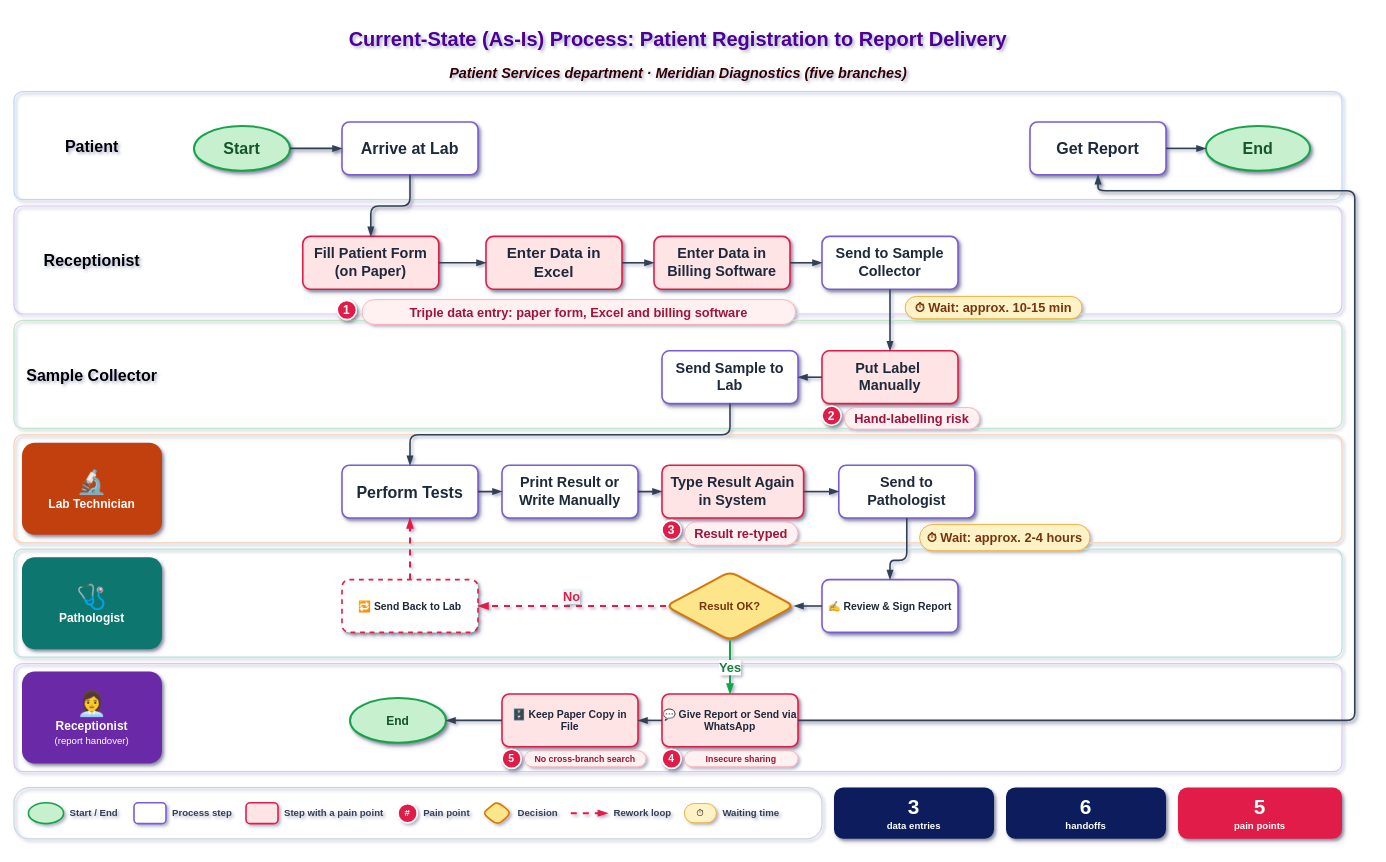
The draw.io diagram Meridian-Diagnostics-Current-state-As-Is-swimlane-process-map.drawio in Moparapairayat/Meridian-Diagnostics-Current-state-As-Is-swimlane-process-map, before the edit. Source tidied: cells renumbered, new cells numbered last; positions are measured from the earlier drawing's top-left corner, leaving out a move shared by most shapes. Both pictures are drawn from the tidied source at 80%, with x=0, y=0 at pixel (14, 17).
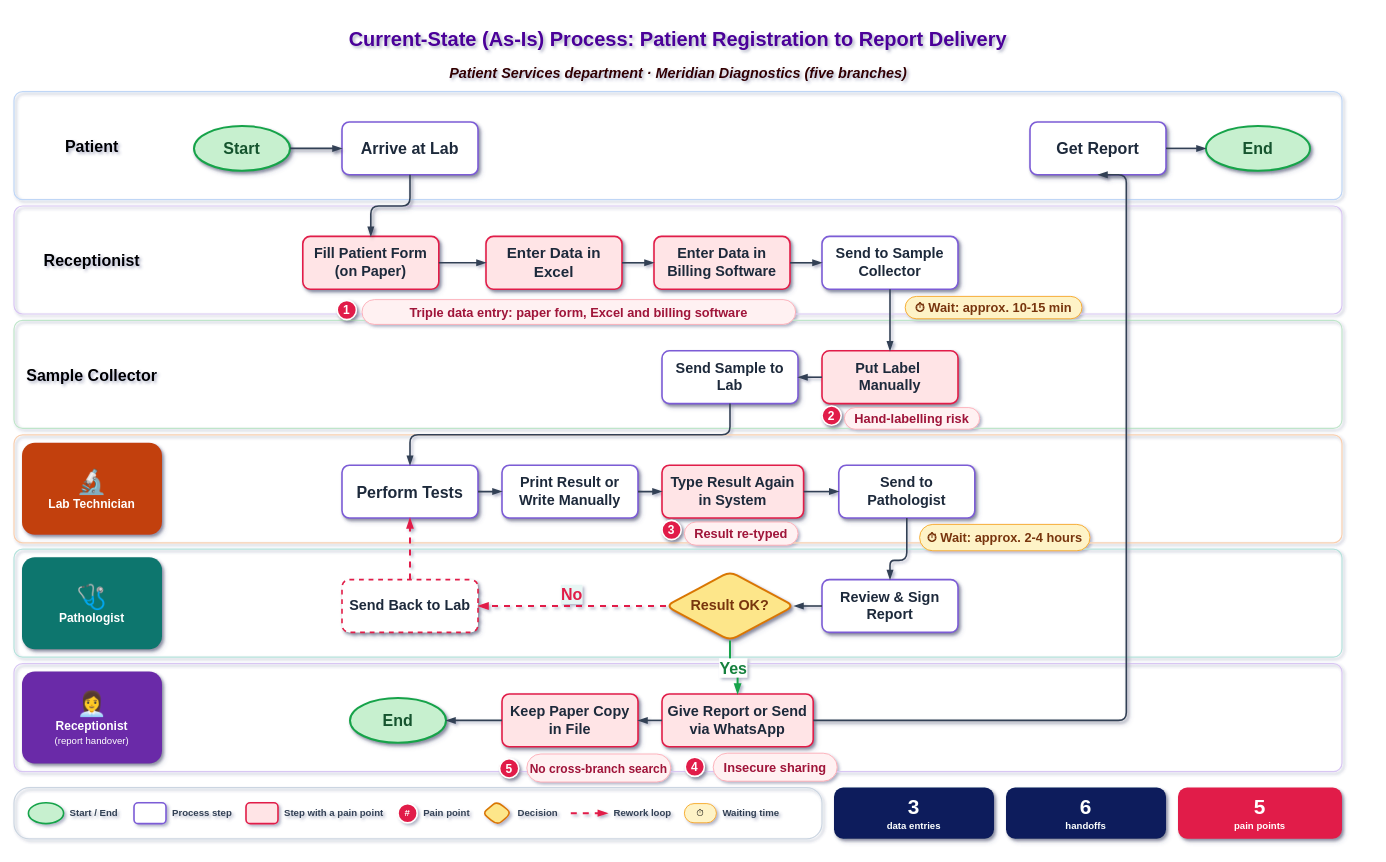
After the change.

The change refers to these unchanged cells:
```xml
<mxCell id="18" value="Get Report" style="rounded=1;arcSize=14;whiteSpace=wrap;html=1;fillColor=#FFFFFF;strokeColor=#7C5CD6;strokeWidth=2;fontStyle=1;fontSize=20;fontColor=#1E293B;shadow=1;roundedPerimeter=1;" parent="1" vertex="1">
  <mxGeometry x="1270" y="131" width="170" height="66" as="geometry" />
</mxCell>
<mxCell id="26" value="Perform Tests" style="rounded=1;arcSize=14;whiteSpace=wrap;html=1;fillColor=#FFFFFF;strokeColor=#7C5CD6;strokeWidth=2;fontStyle=1;fontSize=20;fontColor=#1E293B;shadow=1;roundedPerimeter=1;" parent="1" vertex="1">
  <mxGeometry x="410" y="560" width="170" height="66" as="geometry" />
</mxCell>
<mxCell id="29" value="Send to Pathologist" style="rounded=1;arcSize=14;whiteSpace=wrap;html=1;fillColor=#FFFFFF;strokeColor=#7C5CD6;strokeWidth=2;fontStyle=1;fontSize=18;fontColor=#1E293B;shadow=1;roundedPerimeter=1;" parent="1" vertex="1">
  <mxGeometry x="1031" y="560" width="170" height="66" as="geometry" />
</mxCell>
```

Diff of the diagram source:
```diff
@@
-    <mxCell id="30" value="✍️ Review &amp; Sign Report" style="rounded=1;arcSize=14;whiteSpace=wrap;html=1;fillColor=#FFFFFF;strokeColor=#7C5CD6;strokeWidth=2;fontStyle=1;fontSize=13;fontColor=#1E293B;shadow=1;roundedPerimeter=1;" parent="1" vertex="1">
+    <mxCell id="30" value="Review &amp;amp; Sign Report" style="rounded=1;arcSize=14;whiteSpace=wrap;html=1;fillColor=#FFFFFF;strokeColor=#7C5CD6;strokeWidth=2;fontStyle=1;fontSize=18;fontColor=#1E293B;shadow=1;roundedPerimeter=1;" parent="1" vertex="1">
       <mxGeometry x="1010" y="703" width="170" height="66" as="geometry" />
     </mxCell>
-    <mxCell id="31" value="Result OK?" style="rhombus;whiteSpace=wrap;html=1;fillColor=#FDE68A;strokeColor=#D97706;strokeWidth=2.5;fontStyle=1;fontSize=14;fontColor=#78350F;shadow=1;rounded=1;roundedPerimeter=1;" parent="1" vertex="1">
+    <mxCell id="31" value="Result OK?" style="rhombus;whiteSpace=wrap;html=1;fillColor=#FDE68A;strokeColor=#D97706;strokeWidth=2.5;fontStyle=1;fontSize=18;fontColor=#78350F;shadow=1;rounded=1;roundedPerimeter=1;" parent="1" vertex="1">
       <mxGeometry x="815" y="693" width="160" height="86" as="geometry" />
     </mxCell>
-    <mxCell id="32" value="🔁 Send Back to Lab" style="rounded=1;arcSize=14;whiteSpace=wrap;html=1;fillColor=#FFFFFF;strokeColor=#E11D48;strokeWidth=2;dashed=1;fontStyle=1;fontSize=13;fontColor=#1E293B;shadow=1;roundedPerimeter=1;" parent="1" vertex="1">
+    <mxCell id="32" value="Send Back to Lab" style="rounded=1;arcSize=14;whiteSpace=wrap;html=1;fillColor=#FFFFFF;strokeColor=#E11D48;strokeWidth=2;dashed=1;fontStyle=1;fontSize=18;fontColor=#1E293B;shadow=1;roundedPerimeter=1;textShadow=0;" parent="1" vertex="1">
       <mxGeometry x="410" y="703" width="170" height="66" as="geometry" />
     </mxCell>
-    <mxCell id="33" value="💬 Give Report or Send via WhatsApp" style="rounded=1;arcSize=14;whiteSpace=wrap;html=1;fillColor=#FFE4E6;strokeColor=#E11D48;strokeWidth=2;fontStyle=1;fontSize=13;fontColor=#1E293B;shadow=1;roundedPerimeter=1;" parent="1" vertex="1">
-      <mxGeometry x="810" y="846" width="170" height="66" as="geometry" />
+    <mxCell id="33" value="Give Report or Send via WhatsApp" style="rounded=1;arcSize=14;whiteSpace=wrap;html=1;fillColor=#FFE4E6;strokeColor=#E11D48;strokeWidth=2;fontStyle=1;fontSize=18;fontColor=#1E293B;shadow=1;roundedPerimeter=1;" parent="1" vertex="1">
+      <mxGeometry x="810" y="846" width="189" height="66" as="geometry" />
     </mxCell>
-    <mxCell id="34" value="🗄️ Keep Paper Copy in File" style="rounded=1;arcSize=14;whiteSpace=wrap;html=1;fillColor=#FFE4E6;strokeColor=#E11D48;strokeWidth=2;fontStyle=1;fontSize=13;fontColor=#1E293B;shadow=1;roundedPerimeter=1;" parent="1" vertex="1">
+    <mxCell id="34" value="Keep Paper Copy in File" style="rounded=1;arcSize=14;whiteSpace=wrap;html=1;fillColor=#FFE4E6;strokeColor=#E11D48;strokeWidth=2;fontStyle=1;fontSize=18;fontColor=#1E293B;shadow=1;roundedPerimeter=1;" parent="1" vertex="1">
       <mxGeometry x="610" y="846" width="170" height="66" as="geometry" />
     </mxCell>
-    <mxCell id="35" value="End" style="ellipse;whiteSpace=wrap;html=1;fillColor=#C7F0CF;strokeColor=#16A34A;strokeWidth=2.5;fontStyle=1;fontSize=15;fontColor=#14532D;shadow=1;rounded=1;roundedPerimeter=1;" parent="1" vertex="1">
+    <mxCell id="35" value="End" style="ellipse;whiteSpace=wrap;html=1;fillColor=#C7F0CF;strokeColor=#16A34A;strokeWidth=2.5;fontStyle=1;fontSize=20;fontColor=#14532D;shadow=1;rounded=1;roundedPerimeter=1;" parent="1" vertex="1">
       <mxGeometry x="420" y="851" width="120" height="56" as="geometry" />
     </mxCell>
@@
-    <mxCell id="42" value="4" style="ellipse;whiteSpace=wrap;html=1;fillColor=#E11D48;strokeColor=#FFFFFF;strokeWidth=2;fontColor=#FFFFFF;fontStyle=1;fontSize=13;shadow=1;rounded=1;roundedPerimeter=1;" parent="1" vertex="1">
-      <mxGeometry x="810" y="915" width="24" height="24" as="geometry" />
+    <mxCell id="42" value="4" style="ellipse;whiteSpace=wrap;html=1;fillColor=#E11D48;strokeColor=#FFFFFF;strokeWidth=2;fontColor=#FFFFFF;fontStyle=1;fontSize=15;shadow=1;rounded=1;roundedPerimeter=1;" parent="1" vertex="1">
+      <mxGeometry x="839" y="925" width="24" height="24" as="geometry" />
     </mxCell>
-    <mxCell id="43" value="Insecure sharing" style="rounded=1;arcSize=50;whiteSpace=wrap;html=1;fillColor=#FFF1F2;strokeColor=#FDA4AF;fontColor=#9F1239;fontStyle=1;fontSize=11;roundedPerimeter=1;" parent="1" vertex="1">
-      <mxGeometry x="838" y="917" width="142" height="20" as="geometry" />
+    <mxCell id="43" value="Insecure sharing" style="rounded=1;arcSize=50;whiteSpace=wrap;html=1;fillColor=#FFF1F2;strokeColor=#FDA4AF;fontColor=#9F1239;fontStyle=1;fontSize=16;roundedPerimeter=1;" parent="1" vertex="1">
+      <mxGeometry x="874" y="920" width="155" height="35" as="geometry" />
     </mxCell>
-    <mxCell id="44" value="5" style="ellipse;whiteSpace=wrap;html=1;fillColor=#E11D48;strokeColor=#FFFFFF;strokeWidth=2;fontColor=#FFFFFF;fontStyle=1;fontSize=13;shadow=1;rounded=1;roundedPerimeter=1;" parent="1" vertex="1">
-      <mxGeometry x="610" y="915" width="24" height="24" as="geometry" />
+    <mxCell id="44" value="5" style="ellipse;whiteSpace=wrap;html=1;fillColor=#E11D48;strokeColor=#FFFFFF;strokeWidth=2;fontColor=#FFFFFF;fontStyle=1;fontSize=15;shadow=1;rounded=1;roundedPerimeter=1;" parent="1" vertex="1">
+      <mxGeometry x="607" y="927" width="24" height="24" as="geometry" />
     </mxCell>
-    <mxCell id="45" value="No cross-branch search" style="rounded=1;arcSize=50;whiteSpace=wrap;html=1;fillColor=#FFF1F2;strokeColor=#FDA4AF;fontColor=#9F1239;fontStyle=1;fontSize=11;roundedPerimeter=1;" parent="1" vertex="1">
-      <mxGeometry x="638" y="917" width="152" height="20" as="geometry" />
+    <mxCell id="45" value="No cross-branch search" style="rounded=1;arcSize=50;whiteSpace=wrap;html=1;fillColor=#FFF1F2;strokeColor=#FDA4AF;fontColor=#9F1239;fontStyle=1;fontSize=15;roundedPerimeter=1;" parent="1" vertex="1">
+      <mxGeometry x="641" y="921" width="180" height="35" as="geometry" />
     </mxCell>
@@
-    <mxCell id="59" style="edgeStyle=orthogonalEdgeStyle;rounded=1;html=1;strokeWidth=2;strokeColor=#334155;endArrow=blockThin;endFill=1;endSize=7;exitX=0.5;exitY=1;entryX=0.5;entryY=0;labelBackgroundColor=default;defaultLabelBackgroundColor=page;libavoidRouting=1;jettySize=auto;" parent="1" edge="1" source="29" target="30">
+    <mxCell id="59" style="edgeStyle=orthogonalEdgeStyle;rounded=1;html=1;strokeWidth=2;strokeColor=#334155;endArrow=blockThin;endFill=1;endSize=7;exitX=0.5;exitY=1;entryX=0.5;entryY=0;labelBackgroundColor=default;defaultLabelBackgroundColor=page;libavoidRouting=1;jettySize=auto;textShadow=1;" parent="1" edge="1" source="29" target="30">
       <mxGeometry relative="1" as="geometry">
         <Array as="points">
           <mxPoint x="1116" y="679" />
           <mxPoint x="1095" y="679" />
         </Array>
       </mxGeometry>
     </mxCell>
-    <mxCell id="60" style="edgeStyle=orthogonalEdgeStyle;rounded=1;html=1;strokeWidth=2;strokeColor=#334155;endArrow=blockThin;endFill=1;endSize=7;exitX=0;exitY=0.5;entryX=1;entryY=0.5;labelBackgroundColor=default;defaultLabelBackgroundColor=page;libavoidRouting=1;jettySize=auto;" parent="1" edge="1" source="30" target="31">
+    <mxCell id="60" style="edgeStyle=orthogonalEdgeStyle;rounded=1;html=1;strokeWidth=2;strokeColor=#334155;endArrow=blockThin;endFill=1;endSize=7;exitX=0;exitY=0.5;entryX=1;entryY=0.5;labelBackgroundColor=default;defaultLabelBackgroundColor=page;libavoidRouting=1;jettySize=auto;textShadow=1;" parent="1" edge="1" source="30" target="31">
       <mxGeometry relative="1" as="geometry" />
     </mxCell>
-    <mxCell id="61" value="No" style="edgeStyle=orthogonalEdgeStyle;rounded=1;html=1;strokeWidth=2.5;strokeColor=#E11D48;dashed=1;endArrow=blockThin;endFill=1;endSize=7;fontColor=#E11D48;fontStyle=1;fontSize=16;labelBackgroundColor=#E7F6F4;exitX=0;exitY=0.5;entryX=1;entryY=0.5;verticalAlign=bottom;labelPlacement=auto;libavoidRouting=1;jettySize=auto;" parent="1" edge="1" source="31" target="32">
+    <mxCell id="61" value="No" style="edgeStyle=orthogonalEdgeStyle;rounded=1;html=1;strokeWidth=2.5;strokeColor=#E11D48;dashed=1;endArrow=blockThin;endFill=1;endSize=7;fontColor=#E11D48;fontStyle=1;fontSize=20;labelBackgroundColor=#E7F6F4;exitX=0;exitY=0.5;entryX=1;entryY=0.5;verticalAlign=bottom;labelPlacement=auto;libavoidRouting=1;jettySize=auto;textShadow=0;" parent="1" edge="1" source="31" target="32">
       <mxGeometry relative="1" as="geometry" />
     </mxCell>
-    <mxCell id="62" style="edgeStyle=orthogonalEdgeStyle;rounded=1;html=1;strokeWidth=2.5;strokeColor=#E11D48;dashed=1;endArrow=blockThin;endFill=1;endSize=7;exitX=0.5;exitY=0;entryX=0.5;entryY=1;labelBackgroundColor=default;defaultLabelBackgroundColor=page;libavoidRouting=1;jettySize=auto;" parent="1" edge="1" source="32" target="26">
+    <mxCell id="62" style="edgeStyle=orthogonalEdgeStyle;rounded=1;html=1;strokeWidth=2.5;strokeColor=#E11D48;dashed=1;endArrow=blockThin;endFill=1;endSize=7;exitX=0.5;exitY=0;entryX=0.5;entryY=1;labelBackgroundColor=default;defaultLabelBackgroundColor=page;libavoidRouting=1;jettySize=auto;textShadow=1;" parent="1" edge="1" source="32" target="26">
       <mxGeometry relative="1" as="geometry" />
     </mxCell>
-    <mxCell id="63" value="Yes" style="edgeStyle=orthogonalEdgeStyle;rounded=1;html=1;strokeWidth=2.5;strokeColor=#16A34A;endArrow=blockThin;endFill=1;endSize=7;fontColor=#15803D;fontStyle=1;fontSize=16;labelBackgroundColor=#FFFFFF;exitX=0.5;exitY=1;entryX=0.5;entryY=0;labelPlacement=auto;libavoidRouting=1;jettySize=auto;" parent="1" edge="1" source="31" target="33">
-      <mxGeometry relative="1" as="geometry" />
+    <mxCell id="63" value="Yes" style="edgeStyle=orthogonalEdgeStyle;rounded=1;html=1;strokeWidth=2.5;strokeColor=#16A34A;endArrow=blockThin;endFill=1;endSize=7;fontColor=#15803D;fontStyle=1;fontSize=20;labelBackgroundColor=#FFFFFF;exitX=0.5;exitY=1;entryX=0.5;entryY=0;labelPlacement=auto;libavoidRouting=1;jettySize=auto;textShadow=0;" parent="1" edge="1" source="31" target="33">
+      <mxGeometry relative="1" as="geometry">
+        <Array as="points">
+          <mxPoint x="895" y="813" />
+          <mxPoint x="905" y="813" />
+        </Array>
+      </mxGeometry>
     </mxCell>
-    <mxCell id="64" style="edgeStyle=orthogonalEdgeStyle;rounded=1;html=1;strokeWidth=2;strokeColor=#334155;endArrow=blockThin;endFill=1;endSize=7;exitX=0;exitY=0.5;entryX=1;entryY=0.5;labelBackgroundColor=default;defaultLabelBackgroundColor=page;libavoidRouting=1;jettySize=auto;" parent="1" edge="1" source="33" target="34">
+    <mxCell id="64" style="edgeStyle=orthogonalEdgeStyle;rounded=1;html=1;strokeWidth=2;strokeColor=#334155;endArrow=blockThin;endFill=1;endSize=7;exitX=0;exitY=0.5;entryX=1;entryY=0.5;labelBackgroundColor=default;defaultLabelBackgroundColor=page;libavoidRouting=1;jettySize=auto;textShadow=1;" parent="1" edge="1" source="33" target="34">
       <mxGeometry relative="1" as="geometry" />
     </mxCell>
-    <mxCell id="65" style="edgeStyle=orthogonalEdgeStyle;rounded=1;html=1;strokeWidth=2;strokeColor=#334155;endArrow=blockThin;endFill=1;endSize=7;exitX=0;exitY=0.5;entryX=1;entryY=0.5;labelBackgroundColor=default;defaultLabelBackgroundColor=page;libavoidRouting=1;jettySize=auto;" parent="1" edge="1" source="34" target="35">
+    <mxCell id="65" style="edgeStyle=orthogonalEdgeStyle;rounded=1;html=1;strokeWidth=2;strokeColor=#334155;endArrow=blockThin;endFill=1;endSize=7;exitX=0;exitY=0.5;entryX=1;entryY=0.5;labelBackgroundColor=default;defaultLabelBackgroundColor=page;libavoidRouting=1;jettySize=auto;textShadow=1;" parent="1" edge="1" source="34" target="35">
       <mxGeometry relative="1" as="geometry" />
     </mxCell>
-    <mxCell id="66" style="edgeStyle=orthogonalEdgeStyle;rounded=1;html=1;strokeWidth=2;strokeColor=#334155;endArrow=blockThin;endFill=1;endSize=7;exitX=1;exitY=0.5;entryX=0.5;entryY=1;labelBackgroundColor=default;defaultLabelBackgroundColor=page;libavoidRouting=1;jettySize=auto;fontStyle=1;shadow=1;" parent="1" edge="1" source="33" target="18">
+    <mxCell id="66" style="edgeStyle=orthogonalEdgeStyle;rounded=1;html=1;strokeWidth=2;strokeColor=#334155;endArrow=blockThin;endFill=1;endSize=7;exitX=1;exitY=0.5;entryX=0.5;entryY=1;labelBackgroundColor=default;defaultLabelBackgroundColor=page;jettySize=auto;fontStyle=1;shadow=1;textShadow=1;" parent="1" edge="1" source="33" target="18">
       <mxGeometry relative="1" as="geometry">
         <Array as="points">
-          <mxPoint x="1676" y="879" />
-          <mxPoint x="1676" y="217" />
-          <mxPoint x="1355" y="217" />
+          <mxPoint x="1390.4" y="879" />
+          <mxPoint x="1390.4" y="197" />
         </Array>
       </mxGeometry>
     </mxCell>
```
